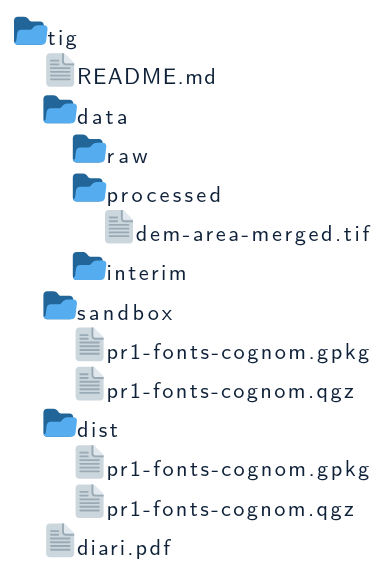
Before: assets/diagrams/ca/02-sintesi-documentacio/project-folder-tree.puml.svg, a diagram exported from PlantUML (geourv/tig).
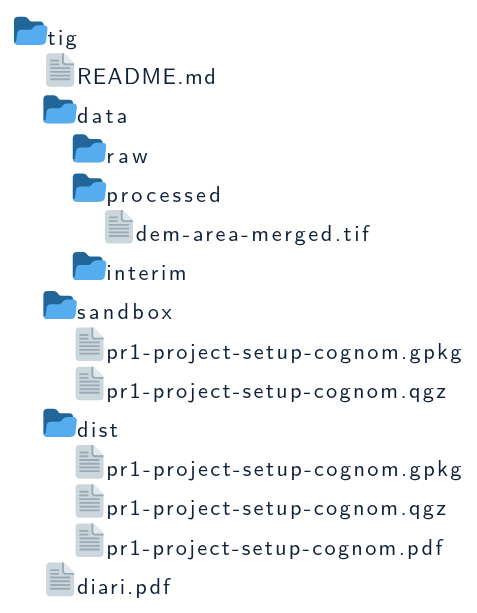
The same file after the commit.

What changed in the source:
```diff
@@ -173,10 +173,11 @@
 /tig/data/processed/dem-area-merged.tif
 /tig/data/interim/
 /tig/sandbox/
-/tig/sandbox/pr1-fonts-cognom.gpkg
-/tig/sandbox/pr1-fonts-cognom.qgz
+/tig/sandbox/pr1-project-setup-cognom.gpkg
+/tig/sandbox/pr1-project-setup-cognom.qgz
 /tig/dist/
-/tig/dist/pr1-fonts-cognom.gpkg
-/tig/dist/pr1-fonts-cognom.qgz
+/tig/dist/pr1-project-setup-cognom.gpkg
+/tig/dist/pr1-project-setup-cognom.qgz
+/tig/dist/pr1-project-setup-cognom.pdf
 /tig/diari.pdf
 @endfiles
```
